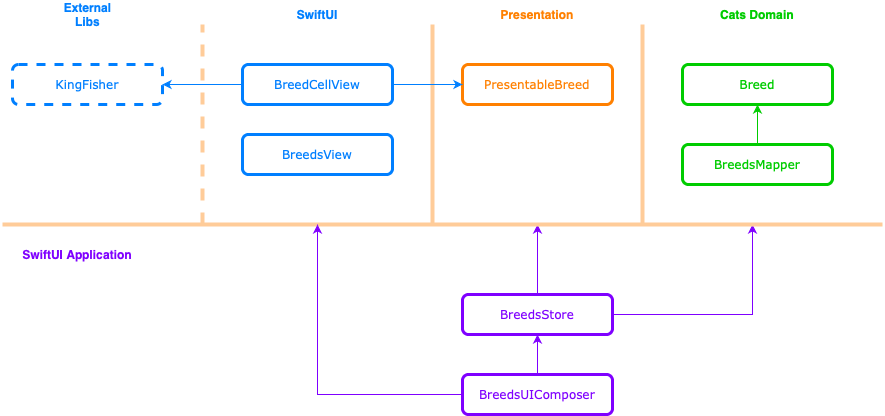
Above: CatsApp.png in AlfredoHernandez/CatsApp (draw.io), before the change. Source tidied: cells renumbered, new cells last; positions are measured from the earlier drawing's top-left corner, leaving out a move shared by most shapes.
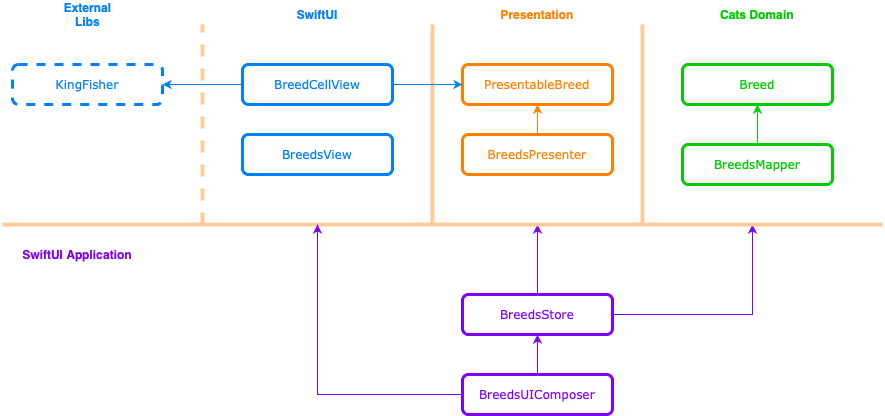
Above is the later version.

Commit message:
Update CatsApp diagram

Change to the diagram source:
```diff
@@ -92,5 +92,11 @@
     <mxCell id="25" value="&lt;b&gt;&lt;font color=&quot;#007fff&quot;&gt;External Libs&lt;/font&gt;&lt;/b&gt;" style="text;html=1;strokeColor=none;fillColor=none;align=center;verticalAlign=middle;whiteSpace=wrap;rounded=0;dashed=1;" parent="1" vertex="1">
       <mxGeometry x="67.5" width="35" height="20" as="geometry" />
     </mxCell>
+    <mxCell id="26" style="edgeStyle=orthogonalEdgeStyle;rounded=0;jettySize=auto;html=1;exitX=0.5;exitY=0;exitDx=0;exitDy=0;entryX=0.5;entryY=1;entryDx=0;entryDy=0;strokeColor=#FF8000;" parent="1" edge="1" source="27" target="2">
+      <mxGeometry relative="1" as="geometry" />
+    </mxCell>
+    <mxCell id="27" value="&lt;font face=&quot;Verdana&quot; color=&quot;#ff8000&quot;&gt;BreedsPresenter&lt;br&gt;&lt;/font&gt;" style="rounded=1;whiteSpace=wrap;html=1;fillColor=none;strokeColor=#FF8000;strokeWidth=3;" parent="1" vertex="1">
+      <mxGeometry x="460" y="130" width="150" height="40" as="geometry" />
+    </mxCell>
   </root>
 </mxGraphModel>
```
